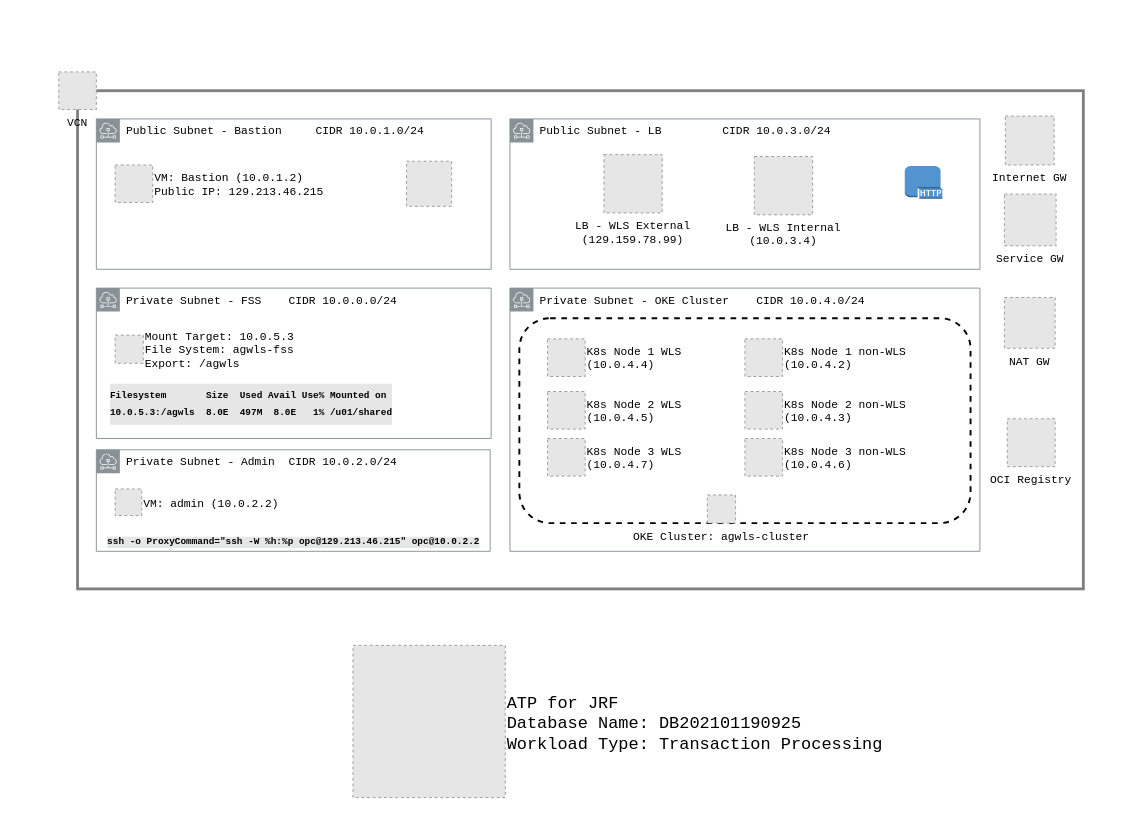
This is OCI WLS.drawio from agregory999/oci-architecture, a draw.io file, before an edit. Source tidied: cells renumbered, new cells numbered last; positions are measured from the earlier drawing's top-left corner, leaving out a move shared by most shapes. Both pictures are drawn from the tidied source at 94%, with x=0, y=0 at pixel (58, 71). Pictures stored in the file or linked from it are replaced by grey dashed boxes.
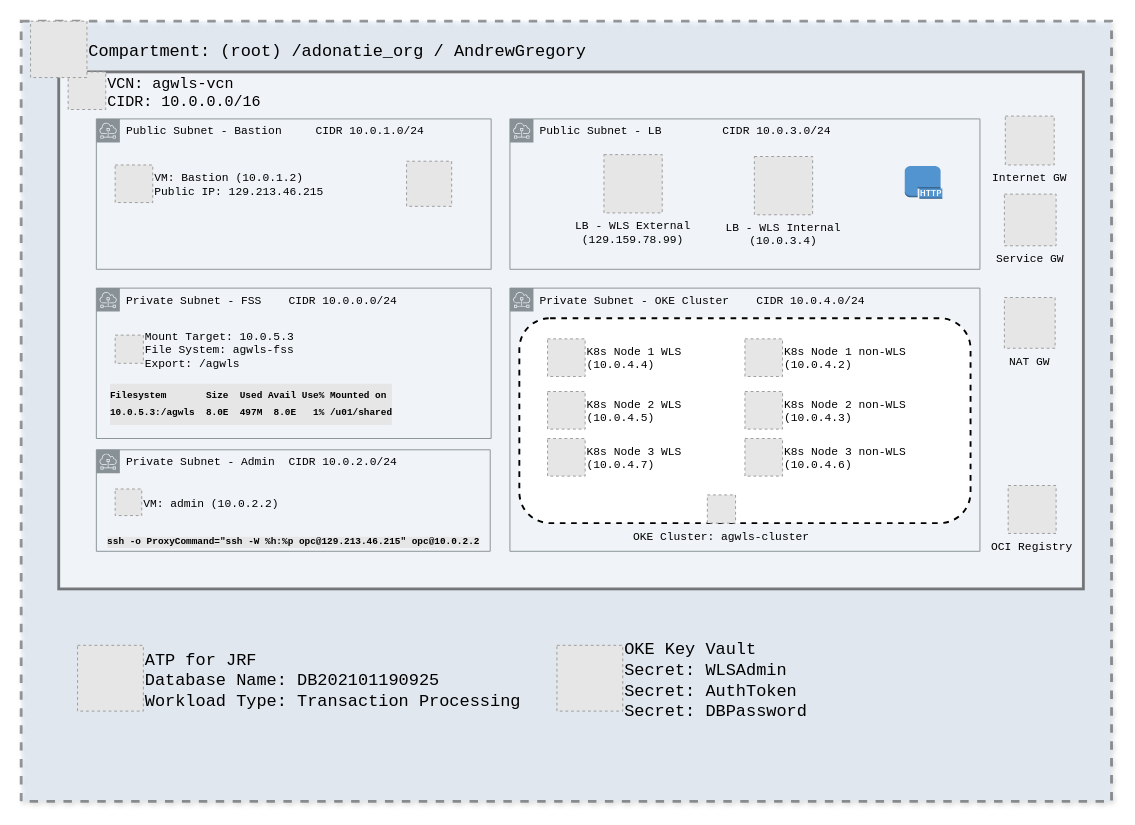
The same page after the edit.

Change to the diagram source:
```diff
@@
+    <mxCell id="34" style="rounded=0;whiteSpace=wrap;html=1;dashed=1;labelBackgroundColor=none;strokeWidth=3;fontFamily=Courier New;fontSize=18;align=left;fillColor=#dae8fc;opacity=40;glass=0;sketch=0;shadow=1;perimeterSpacing=1;" parent="1" vertex="1">
+      <mxGeometry x="-40" y="-54" width="1160" height="830" as="geometry" />
+    </mxCell>
     <mxCell id="2" style="rounded=0;whiteSpace=wrap;html=1;opacity=50;strokeWidth=3;perimeterSpacing=0;fontFamily=Courier New;" parent="1" vertex="1">
-      <mxGeometry x="20" y="20" width="1070" height="530" as="geometry" />
+      <mxGeometry width="1090" height="550" as="geometry" />
     </mxCell>
-    <mxCell id="3" value="VCN" style="fillColor=#E6E6E6;strokeColor=#999999;dashed=1;verticalLabelPosition=bottom;verticalAlign=top;fontFamily=Courier New;" parent="1" vertex="1">
-      <mxGeometry width="40" height="40" as="geometry" />
+    <mxCell id="3" value="VCN: agwls-vcn&#10;CIDR: 10.0.0.0/16" style="fillColor=#E6E6E6;strokeColor=#999999;dashed=1;verticalLabelPosition=middle;verticalAlign=middle;fontFamily=Courier New;labelPosition=right;align=left;fontSize=16;" parent="1" vertex="1">
+      <mxGeometry x="10" width="40" height="40" as="geometry" />
     </mxCell>
@@
     <mxCell id="12" value="OCI Registry" style="fillColor=#E6E6E6;strokeColor=#999999;dashed=1;verticalLabelPosition=bottom;verticalAlign=top;fontFamily=Courier New;" parent="1" vertex="1">
-      <mxGeometry x="1009" y="369" width="51" height="51" as="geometry" />
+      <mxGeometry x="1010" y="440" width="51" height="51" as="geometry" />
     </mxCell>
@@
     <mxCell id="33" value="ATP for JRF&#10;Database Name: DB202101190925&#10;Workload Type: Transaction Processing" style="fillColor=#E6E6E6;strokeColor=#999999;dashed=1;verticalLabelPosition=middle;verticalAlign=middle;labelBackgroundColor=none;fontFamily=Courier New;fontSize=18;fontColor=#000000;align=left;labelPosition=right;" parent="1" vertex="1">
-      <mxGeometry x="313" y="610" width="162" height="162" as="geometry" />
+      <mxGeometry x="20" y="610" width="70" height="70" as="geometry" />
     </mxCell>
+    <mxCell id="35" value="OKE Key Vault&#10;Secret: WLSAdmin&#10;Secret: AuthToken&#10;Secret: DBPassword" style="fillColor=#E6E6E6;strokeColor=#999999;dashed=1;verticalLabelPosition=middle;verticalAlign=middle;labelBackgroundColor=none;fontFamily=Courier New;fontSize=18;fontColor=#000000;align=left;labelPosition=right;" parent="1" vertex="1">
+      <mxGeometry x="530" y="610" width="70" height="70" as="geometry" />
+    </mxCell>
+    <mxCell id="36" value="Compartment: (root) /adonatie_org / AndrewGregory" style="fillColor=#E6E6E6;strokeColor=#999999;dashed=1;verticalLabelPosition=middle;verticalAlign=middle;labelBackgroundColor=none;fontFamily=Courier New;fontSize=18;fontColor=#000000;align=left;labelPosition=right;" parent="1" vertex="1">
+      <mxGeometry x="-30" y="-54" width="60" height="60" as="geometry" />
+    </mxCell>
```
